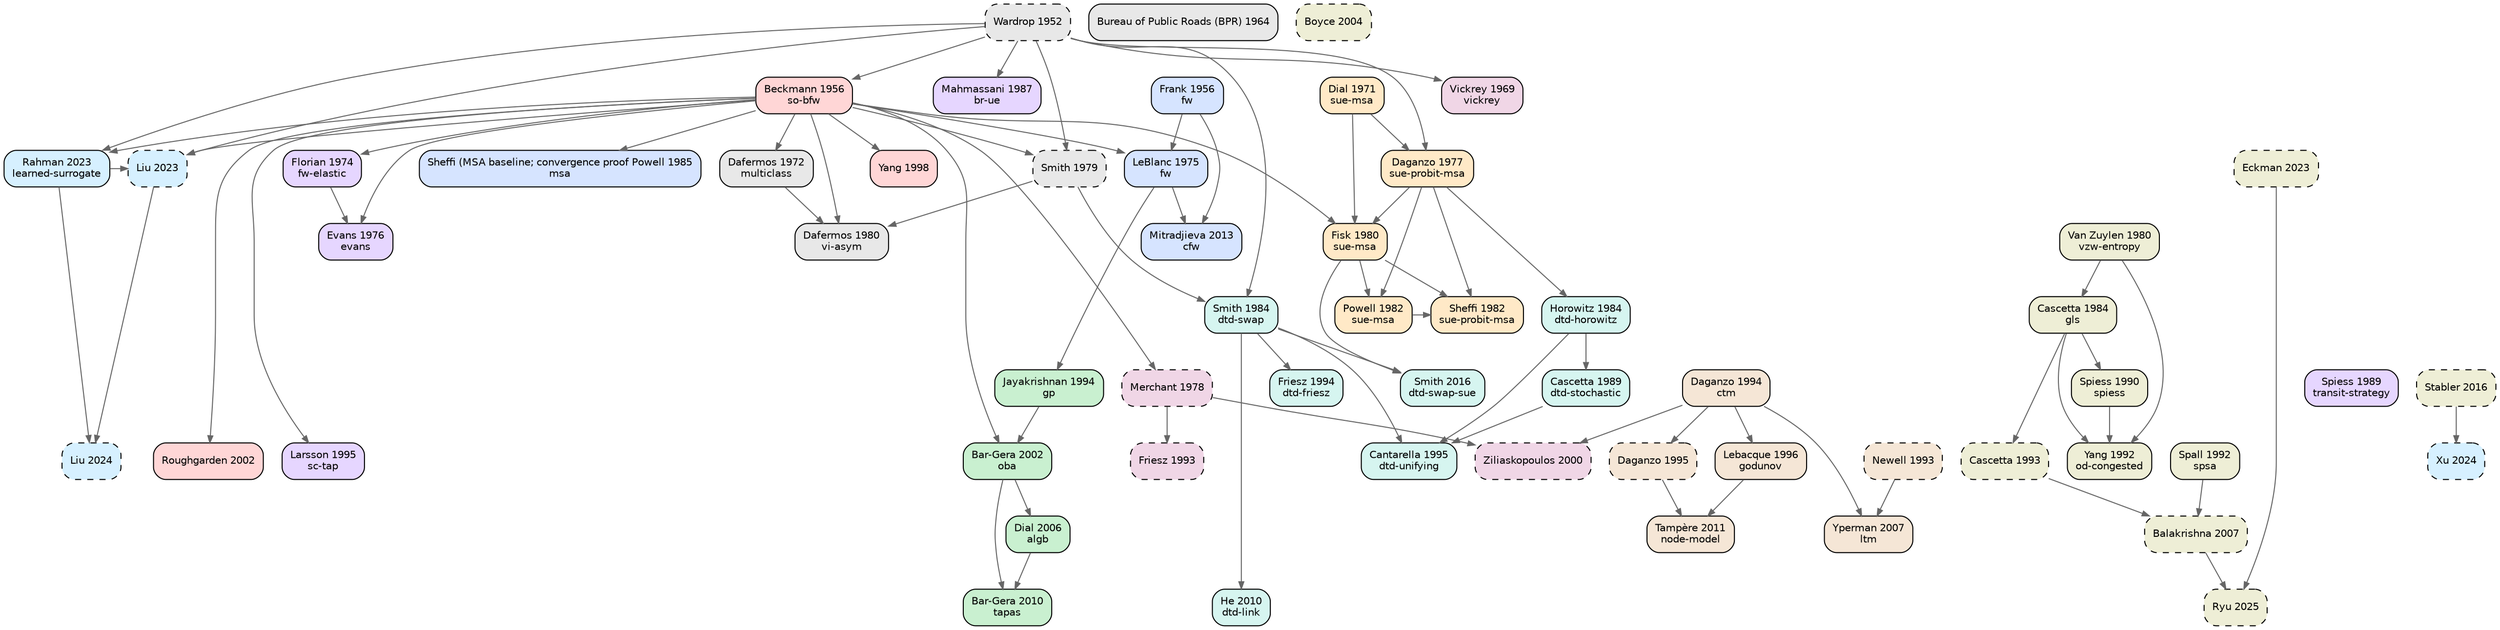
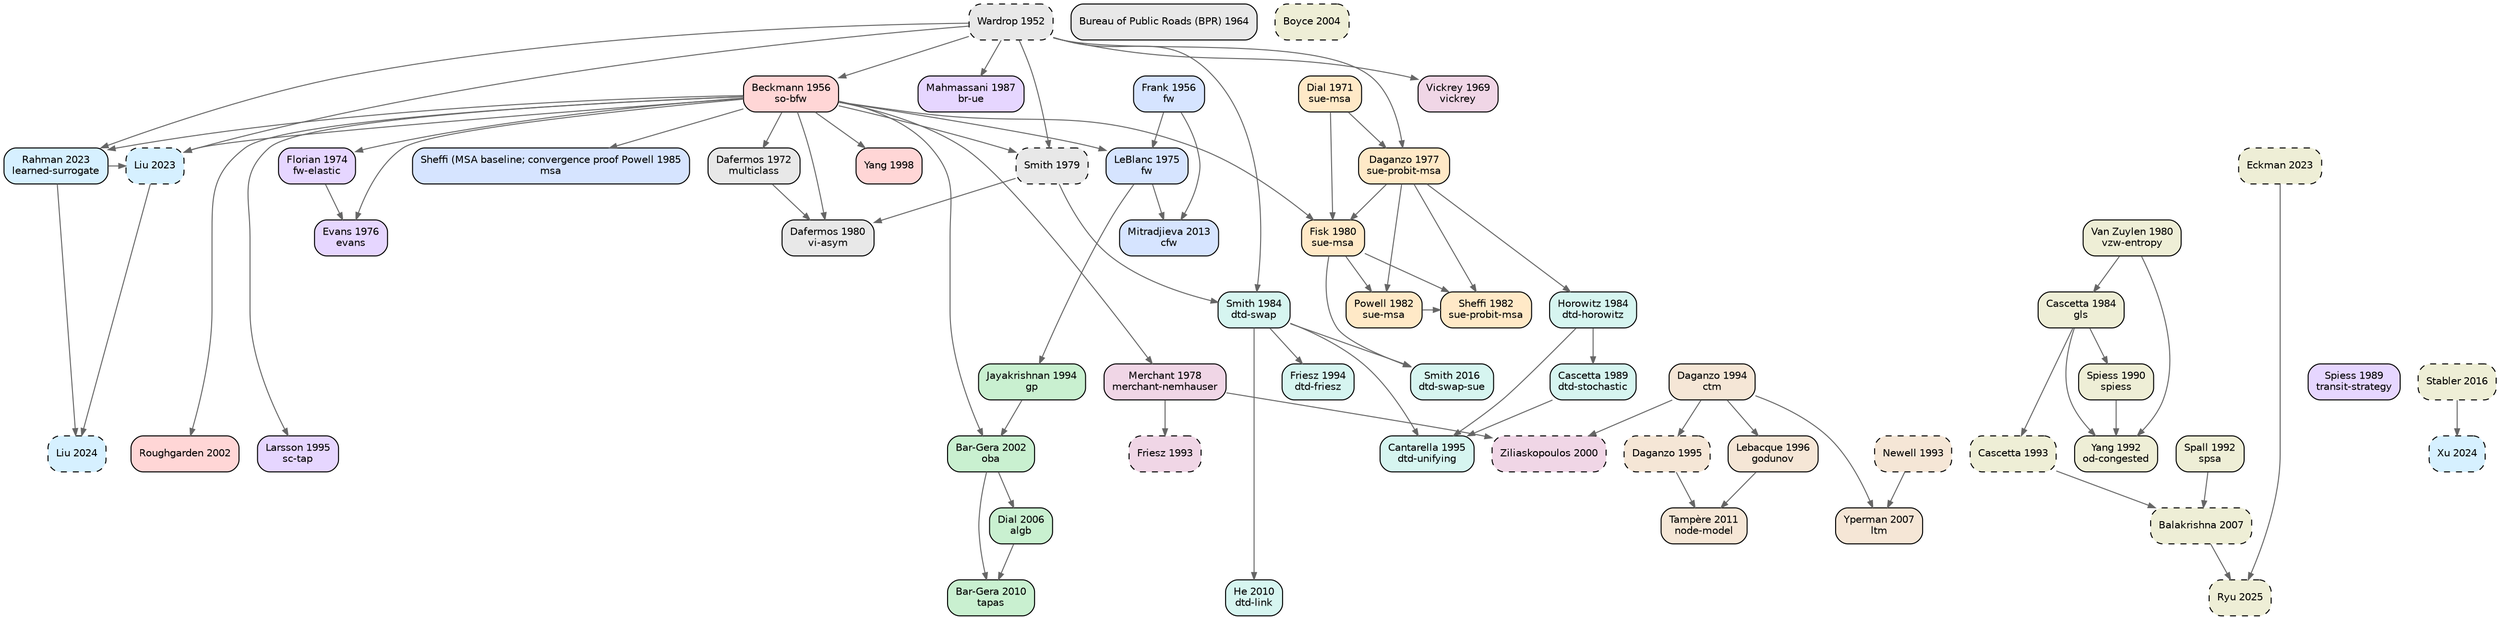
digraph TA_evolution {
  rankdir=TB; node [shape=box,style="rounded,filled",fontname="Helvetica",fontsize=10];
  edge [color="#666666",arrowsize=0.7];
  { rank=same; "wardrop1952some" }
  { rank=same; "frank1956algorithm" "beckmann1956studies" }
  { rank=same; "bpr1964traffic" }
  { rank=same; "vickrey1969congestion" }
  { rank=same; "dial1971probabilistic" }
  { rank=same; "dafermos1972traffic" }
  { rank=same; "florian1974method" }
  { rank=same; "leblanc1975efficient" }
  { rank=same; "evans1976derivation" }
  { rank=same; "daganzo1977stochastic" }
  { rank=same; "merchant1978model" }
  { rank=same; "smith1979existence" }
  { rank=same; "dafermos1980traffic" "fisk1980some" "vanzuylen1980most" }
  { rank=same; "powell1982convergence" "sheffi1982algorithm" }
  { rank=same; "horowitz1984stability" "smith1984stability" "cascetta1984estimation" }
  { rank=same; "sheffi1985urban" }
  { rank=same; "mahmassani1987on" }
  { rank=same; "spiess1989optimal" "cascetta1989stochastic" }
  { rank=same; "spiess1990gradient" }
  { rank=same; "spall1992multivariate" "yang1992estimation" }
  { rank=same; "newell1993simplified" "friesz1993variational" "cascetta1993dynamic" }
  { rank=same; "jayakrishnan1994faster" "friesz1994daytoday" "daganzo1994cell" }
  { rank=same; "larsson1995augmented" "cantarella1995dynamic" "daganzo1995cell" }
  { rank=same; "lebacque1996godunov" }
  { rank=same; "yang1998principle" }
  { rank=same; "ziliaskopoulos2000linear" }
  { rank=same; "bargera2002origin" "roughgarden2002how" }
  { rank=same; "boyce2004convergence" }
  { rank=same; "dial2006path" }
  { rank=same; "yperman2007link" "balakrishna2007offline" }
  { rank=same; "bargera2010traffic" "he2010linkbased" }
  { rank=same; "tampere2011generic" }
  { rank=same; "mitradjieva2013stiff" }
  { rank=same; "smith2016routeswapping" "stabler2016transportation" }
  { rank=same; "liu2023end" "rahman2023data" "eckman2023simopt" }
  { rank=same; "liu2024end" "xu2024unified" }
  { rank=same; "ryu2025bo4mob" }
  "wardrop1952some" [label="Wardrop 1952\n",fillcolor="#e8e8e8",style="rounded,filled,dashed"];
  "bpr1964traffic" [label="Bureau of Public Roads (BPR) 1964\n",fillcolor="#e8e8e8",style="rounded,filled"];
  "dafermos1972traffic" [label="Dafermos 1972\nmulticlass",fillcolor="#e8e8e8",style="rounded,filled"];
  "smith1979existence" [label="Smith 1979\n",fillcolor="#e8e8e8",style="rounded,filled,dashed"];
  "dafermos1980traffic" [label="Dafermos 1980\nvi-asym",fillcolor="#e8e8e8",style="rounded,filled"];
  "frank1956algorithm" [label="Frank 1956\nfw",fillcolor="#d6e4ff",style="rounded,filled"];
  "leblanc1975efficient" [label="LeBlanc 1975\nfw",fillcolor="#d6e4ff",style="rounded,filled"];
  "sheffi1985urban" [label="Sheffi (MSA baseline; convergence proof Powell 1985\nmsa",fillcolor="#d6e4ff",style="rounded,filled"];
  "mitradjieva2013stiff" [label="Mitradjieva 2013\ncfw",fillcolor="#d6e4ff",style="rounded,filled"];
  "jayakrishnan1994faster" [label="Jayakrishnan 1994\ngp",fillcolor="#c9f0d0",style="rounded,filled"];
  "bargera2002origin" [label="Bar-Gera 2002\noba",fillcolor="#c9f0d0",style="rounded,filled"];
  "dial2006path" [label="Dial 2006\nalgb",fillcolor="#c9f0d0",style="rounded,filled"];
  "bargera2010traffic" [label="Bar-Gera 2010\ntapas",fillcolor="#c9f0d0",style="rounded,filled"];
  "dial1971probabilistic" [label="Dial 1971\nsue-msa",fillcolor="#ffe9c7",style="rounded,filled"];
  "daganzo1977stochastic" [label="Daganzo 1977\nsue-probit-msa",fillcolor="#ffe9c7",style="rounded,filled"];
  "fisk1980some" [label="Fisk 1980\nsue-msa",fillcolor="#ffe9c7",style="rounded,filled"];
  "powell1982convergence" [label="Powell 1982\nsue-msa",fillcolor="#ffe9c7",style="rounded,filled"];
  "sheffi1982algorithm" [label="Sheffi 1982\nsue-probit-msa",fillcolor="#ffe9c7",style="rounded,filled"];
  "beckmann1956studies" [label="Beckmann 1956\nso-bfw",fillcolor="#ffd6d6",style="rounded,filled"];
  "yang1998principle" [label="Yang 1998\n",fillcolor="#ffd6d6",style="rounded,filled"];
  "roughgarden2002how" [label="Roughgarden 2002\n",fillcolor="#ffd6d6",style="rounded,filled"];
  "florian1974method" [label="Florian 1974\nfw-elastic",fillcolor="#e6d6ff",style="rounded,filled"];
  "evans1976derivation" [label="Evans 1976\nevans",fillcolor="#e6d6ff",style="rounded,filled"];
  "mahmassani1987on" [label="Mahmassani 1987\nbr-ue",fillcolor="#e6d6ff",style="rounded,filled"];
  "spiess1989optimal" [label="Spiess 1989\ntransit-strategy",fillcolor="#e6d6ff",style="rounded,filled"];
  "larsson1995augmented" [label="Larsson 1995\nsc-tap",fillcolor="#e6d6ff",style="rounded,filled"];
  "horowitz1984stability" [label="Horowitz 1984\ndtd-horowitz",fillcolor="#d6f5f0",style="rounded,filled"];
  "smith1984stability" [label="Smith 1984\ndtd-swap",fillcolor="#d6f5f0",style="rounded,filled"];
  "cascetta1989stochastic" [label="Cascetta 1989\ndtd-stochastic",fillcolor="#d6f5f0",style="rounded,filled"];
  "friesz1994daytoday" [label="Friesz 1994\ndtd-friesz",fillcolor="#d6f5f0",style="rounded,filled"];
  "cantarella1995dynamic" [label="Cantarella 1995\ndtd-unifying",fillcolor="#d6f5f0",style="rounded,filled"];
  "he2010linkbased" [label="He 2010\ndtd-link",fillcolor="#d6f5f0",style="rounded,filled"];
  "smith2016routeswapping" [label="Smith 2016\ndtd-swap-sue",fillcolor="#d6f5f0",style="rounded,filled"];
  "newell1993simplified" [label="Newell 1993\n",fillcolor="#f5e6d6",style="rounded,filled,dashed"];
  "daganzo1994cell" [label="Daganzo 1994\nctm",fillcolor="#f5e6d6",style="rounded,filled"];
  "daganzo1995cell" [label="Daganzo 1995\n",fillcolor="#f5e6d6",style="rounded,filled,dashed"];
  "lebacque1996godunov" [label="Lebacque 1996\ngodunov",fillcolor="#f5e6d6",style="rounded,filled"];
  "yperman2007link" [label="Yperman 2007\nltm",fillcolor="#f5e6d6",style="rounded,filled"];
  "tampere2011generic" [label="Tampère 2011\nnode-model",fillcolor="#f5e6d6",style="rounded,filled"];
  "vickrey1969congestion" [label="Vickrey 1969\nvickrey",fillcolor="#f0d6e6",style="rounded,filled"];
-   "merchant1978model" [label="Merchant 1978\n",fillcolor="#f0d6e6",style="rounded,filled,dashed"];
+   "merchant1978model" [label="Merchant 1978\nmerchant-nemhauser",fillcolor="#f0d6e6",style="rounded,filled"];
  "friesz1993variational" [label="Friesz 1993\n",fillcolor="#f0d6e6",style="rounded,filled,dashed"];
  "ziliaskopoulos2000linear" [label="Ziliaskopoulos 2000\n",fillcolor="#f0d6e6",style="rounded,filled,dashed"];
  "liu2023end" [label="Liu 2023\n",fillcolor="#d6f0ff",style="rounded,filled,dashed"];
  "rahman2023data" [label="Rahman 2023\nlearned-surrogate",fillcolor="#d6f0ff",style="rounded,filled"];
  "liu2024end" [label="Liu 2024\n",fillcolor="#d6f0ff",style="rounded,filled,dashed"];
  "xu2024unified" [label="Xu 2024\n",fillcolor="#d6f0ff",style="rounded,filled,dashed"];
  "vanzuylen1980most" [label="Van Zuylen 1980\nvzw-entropy",fillcolor="#eeeed6",style="rounded,filled"];
  "cascetta1984estimation" [label="Cascetta 1984\ngls",fillcolor="#eeeed6",style="rounded,filled"];
  "spiess1990gradient" [label="Spiess 1990\nspiess",fillcolor="#eeeed6",style="rounded,filled"];
  "spall1992multivariate" [label="Spall 1992\nspsa",fillcolor="#eeeed6",style="rounded,filled"];
  "yang1992estimation" [label="Yang 1992\nod-congested",fillcolor="#eeeed6",style="rounded,filled"];
  "cascetta1993dynamic" [label="Cascetta 1993\n",fillcolor="#eeeed6",style="rounded,filled,dashed"];
  "boyce2004convergence" [label="Boyce 2004\n",fillcolor="#eeeed6",style="rounded,filled,dashed"];
  "balakrishna2007offline" [label="Balakrishna 2007\n",fillcolor="#eeeed6",style="rounded,filled,dashed"];
  "stabler2016transportation" [label="Stabler 2016\n",fillcolor="#eeeed6",style="rounded,filled,dashed"];
  "eckman2023simopt" [label="Eckman 2023\n",fillcolor="#eeeed6",style="rounded,filled,dashed"];
  "ryu2025bo4mob" [label="Ryu 2025\n",fillcolor="#eeeed6",style="rounded,filled,dashed"];
  "beckmann1956studies" -> "dafermos1972traffic";
  "wardrop1952some" -> "smith1979existence";
  "beckmann1956studies" -> "smith1979existence";
  "smith1979existence" -> "dafermos1980traffic";
  "beckmann1956studies" -> "dafermos1980traffic";
  "dafermos1972traffic" -> "dafermos1980traffic";
  "frank1956algorithm" -> "leblanc1975efficient";
  "beckmann1956studies" -> "leblanc1975efficient";
  "beckmann1956studies" -> "sheffi1985urban";
  "leblanc1975efficient" -> "mitradjieva2013stiff";
  "frank1956algorithm" -> "mitradjieva2013stiff";
  "leblanc1975efficient" -> "jayakrishnan1994faster";
  "jayakrishnan1994faster" -> "bargera2002origin";
  "beckmann1956studies" -> "bargera2002origin";
  "bargera2002origin" -> "dial2006path";
  "dial2006path" -> "bargera2010traffic";
  "bargera2002origin" -> "bargera2010traffic";
  "dial1971probabilistic" -> "daganzo1977stochastic";
  "wardrop1952some" -> "daganzo1977stochastic";
  "daganzo1977stochastic" -> "fisk1980some";
  "dial1971probabilistic" -> "fisk1980some";
  "beckmann1956studies" -> "fisk1980some";
  "fisk1980some" -> "powell1982convergence";
  "daganzo1977stochastic" -> "powell1982convergence";
  "daganzo1977stochastic" -> "sheffi1982algorithm";
  "powell1982convergence" -> "sheffi1982algorithm";
  "fisk1980some" -> "sheffi1982algorithm";
  "wardrop1952some" -> "beckmann1956studies";
  "beckmann1956studies" -> "yang1998principle";
  "beckmann1956studies" -> "roughgarden2002how";
  "beckmann1956studies" -> "florian1974method";
  "beckmann1956studies" -> "evans1976derivation";
  "florian1974method" -> "evans1976derivation";
  "wardrop1952some" -> "mahmassani1987on";
  "beckmann1956studies" -> "larsson1995augmented";
  "daganzo1977stochastic" -> "horowitz1984stability";
  "smith1979existence" -> "smith1984stability";
  "wardrop1952some" -> "smith1984stability";
  "horowitz1984stability" -> "cascetta1989stochastic";
  "smith1984stability" -> "friesz1994daytoday";
  "cascetta1989stochastic" -> "cantarella1995dynamic";
  "smith1984stability" -> "cantarella1995dynamic";
  "horowitz1984stability" -> "cantarella1995dynamic";
  "smith1984stability" -> "he2010linkbased";
  "smith1984stability" -> "smith2016routeswapping";
  "fisk1980some" -> "smith2016routeswapping";
  "daganzo1994cell" -> "daganzo1995cell";
  "daganzo1994cell" -> "lebacque1996godunov";
  "newell1993simplified" -> "yperman2007link";
  "daganzo1994cell" -> "yperman2007link";
  "daganzo1995cell" -> "tampere2011generic";
  "lebacque1996godunov" -> "tampere2011generic";
  "wardrop1952some" -> "vickrey1969congestion";
  "beckmann1956studies" -> "merchant1978model";
  "merchant1978model" -> "friesz1993variational";
  "merchant1978model" -> "ziliaskopoulos2000linear";
  "daganzo1994cell" -> "ziliaskopoulos2000linear";
  "rahman2023data" -> "liu2023end";
  "beckmann1956studies" -> "liu2023end";
  "wardrop1952some" -> "liu2023end";
  "wardrop1952some" -> "rahman2023data";
  "beckmann1956studies" -> "rahman2023data";
  "rahman2023data" -> "liu2024end";
  "liu2023end" -> "liu2024end";
  "stabler2016transportation" -> "xu2024unified";
  "vanzuylen1980most" -> "cascetta1984estimation";
  "cascetta1984estimation" -> "spiess1990gradient";
  "cascetta1984estimation" -> "yang1992estimation";
  "spiess1990gradient" -> "yang1992estimation";
  "vanzuylen1980most" -> "yang1992estimation";
  "cascetta1984estimation" -> "cascetta1993dynamic";
  "spall1992multivariate" -> "balakrishna2007offline";
  "cascetta1993dynamic" -> "balakrishna2007offline";
  "eckman2023simopt" -> "ryu2025bo4mob";
  "balakrishna2007offline" -> "ryu2025bo4mob";
}
